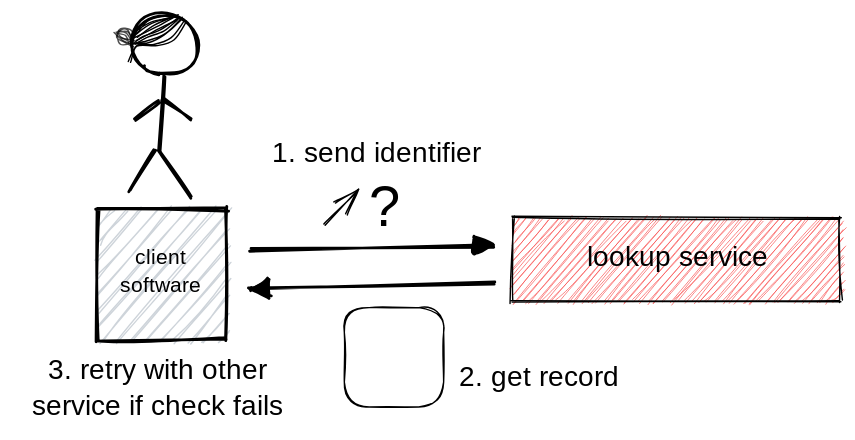
The Excalidraw diagram images/retrieving.svg in tkuhn/knowledge-space, before a commit. Source tidied: one line per element, renumbered; positions are measured from the earlier drawing's top-left corner, leaving out a move shared by most shapes.
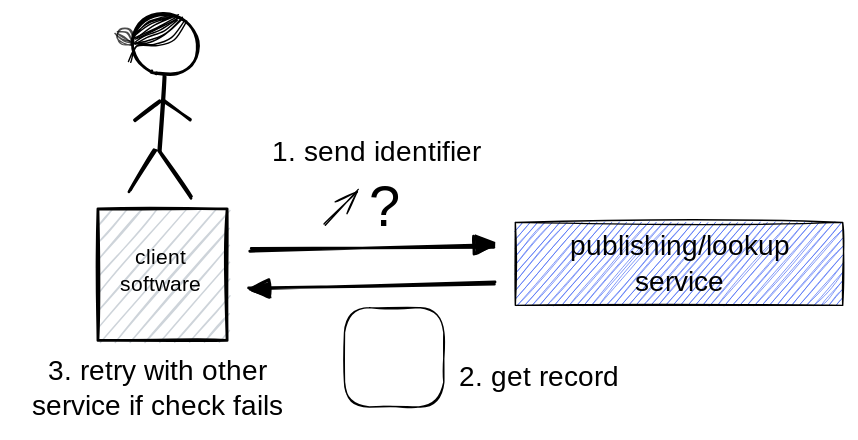
After the commit.

Commit message:
Merge lookup with publishing services

The edit, as a diff of the source:
```diff
@@ -1,29 +1,29 @@
-{"id": 0, "type": "rectangle", "strokeColor": "transparent", "backgroundColor": "#ffffff", "fillStyle": "solid", "strokeWidth": 1, "roughness": 1, "x": 357, "y": 148, "width": 234, "height": 59}
-{"id": 1, "type": "rectangle", "strokeColor": "#000000", "backgroundColor": "#fa5252", "fillStyle": "hachure", "strokeWidth": 1, "roughness": 1, "x": 356, "y": 146, "width": 234, "height": 59}
-{"id": 2, "type": "text", "text": "lookup service", "strokeColor": "#000000", "backgroundColor": "#228be6", "fillStyle": "solid", "strokeWidth": 1, "roughness": 1, "fontSize": 20, "fontFamily": 1, "textAlign": "center", "x": 406, "y": 162, "width": 135, "height": 26}
-{"id": 3, "type": "arrow", "strokeColor": "#000000", "strokeWidth": 2, "roughness": 1, "startArrowhead": "triangle", "from": 4, "to": 1, "x": 168, "y": 196, "width": 175, "height": 5, "points": [[0, 0], [175, -5]]}
+{"id": 3, "type": "arrow", "strokeColor": "#000000", "strokeWidth": 2, "roughness": 1, "startArrowhead": "triangle", "round": true, "from": 4, "to": 30, "x": 168, "y": 196, "width": 175, "height": 5, "points": [[0, 0], [175, -5]]}
 {"id": 4, "type": "rectangle", "strokeColor": "#000000", "backgroundColor": "#ced4da", "fillStyle": "hachure", "strokeWidth": 2, "roughness": 1, "x": 60, "y": 139, "width": 92, "height": 94}
 {"id": 5, "type": "text", "text": "client\nsoftware", "strokeColor": "#000000", "backgroundColor": "#ced4da", "fillStyle": "hachure", "strokeWidth": 2, "roughness": 1, "fontSize": 15.0, "fontFamily": 1, "textAlign": "center", "verticalAlign": "middle", "x": 71, "y": 164, "width": 66, "height": 40}
-{"id": 6, "type": "arrow", "strokeColor": "#000000", "strokeWidth": 2, "roughness": 1, "endArrowhead": "triangle", "from": 4, "to": 1, "x": 169, "y": 168, "width": 174, "height": 2, "points": [[0, 0], [174, -2]]}
+{"id": 6, "type": "arrow", "strokeColor": "#000000", "strokeWidth": 2, "roughness": 1, "endArrowhead": "triangle", "round": true, "from": 4, "to": 30, "x": 169, "y": 168, "width": 174, "height": 2, "points": [[0, 0], [174, -2]]}
 {"id": 7, "type": "text", "text": "?", "strokeColor": "#000000", "backgroundColor": "#12b886", "fillStyle": "hachure", "strokeWidth": 1, "strokeStyle": "dotted", "roughness": 0, "fontSize": 40.0, "fontFamily": 1, "x": 253, "y": 115, "width": 20, "height": 52}
-{"id": 8, "type": "arrow", "strokeColor": "#000000", "strokeWidth": 1, "roughness": 1, "endArrowhead": "arrow", "to": 7, "x": 221, "y": 151, "width": 24, "height": 26, "points": [[0, 0], [24, -26]]}
+{"id": 8, "type": "arrow", "strokeColor": "#000000", "strokeWidth": 1, "roughness": 1, "endArrowhead": "arrow", "round": true, "to": 7, "x": 221, "y": 151, "width": 24, "height": 26, "points": [[0, 0], [24, -26]]}
-{"id": 9, "type": "rectangle", "strokeColor": "#000000", "backgroundColor": "#ffffff", "fillStyle": "solid", "strokeWidth": 1, "roughness": 1, "x": 236, "y": 210, "width": 71, "height": 71}
+{"id": 9, "type": "rectangle", "strokeColor": "#000000", "backgroundColor": "#ffffff", "fillStyle": "solid", "strokeWidth": 1, "roughness": 1, "round": true, "x": 236, "y": 210, "width": 71, "height": 71}
 {"id": 10, "type": "text", "text": "1. send identifier", "strokeColor": "#000000", "strokeWidth": 1, "roughness": 1, "fontSize": 20, "fontFamily": 1, "textAlign": "center", "x": 179, "y": 87, "width": 160, "height": 25}
 {"id": 11, "type": "text", "text": "2. get record", "strokeColor": "#000000", "strokeWidth": 1, "roughness": 1, "fontSize": 20, "fontFamily": 1, "x": 318, "y": 248, "width": 133, "height": 25}
 {"id": 12, "type": "text", "text": "3. retry with other\nservice if check fails", "strokeColor": "#000000", "strokeWidth": 1, "roughness": 1, "fontSize": 20, "fontFamily": 1, "textAlign": "center", "x": 0, "y": 243, "width": 205, "height": 51}
 {"id": 13, "type": "ellipse", "strokeColor": "#000000", "angle": 3.54, "strokeWidth": 2, "roughness": 1, "x": 85, "y": 0, "width": 47, "height": 43}
-{"id": 14, "type": "line", "strokeColor": "#000000", "backgroundColor": "#ced4da", "fillStyle": "solid", "strokeWidth": 2, "roughness": 1, "x": 107, "y": 45, "width": 2, "height": 53, "points": [[0, 0], [-2, 53]]}
+{"id": 14, "type": "line", "strokeColor": "#000000", "backgroundColor": "#ced4da", "fillStyle": "solid", "strokeWidth": 2, "roughness": 1, "round": true, "x": 107, "y": 45, "width": 2, "height": 53, "points": [[0, 0], [-2, 53]]}
-{"id": 15, "type": "line", "strokeColor": "#000000", "backgroundColor": "#ced4da", "fillStyle": "solid", "strokeWidth": 2, "roughness": 1, "x": 105, "y": 98, "width": 21, "height": 32, "points": [[0, 0], [21, 32]]}
+{"id": 15, "type": "line", "strokeColor": "#000000", "backgroundColor": "#ced4da", "fillStyle": "solid", "strokeWidth": 2, "roughness": 1, "round": true, "x": 105, "y": 98, "width": 21, "height": 32, "points": [[0, 0], [21, 32]]}
-{"id": 16, "type": "line", "strokeColor": "#000000", "backgroundColor": "#ced4da", "fillStyle": "solid", "strokeWidth": 2, "roughness": 1, "x": 101, "y": 96, "width": 18, "height": 30, "points": [[0, 0], [-18, 30]]}
+{"id": 16, "type": "line", "strokeColor": "#000000", "backgroundColor": "#ced4da", "fillStyle": "solid", "strokeWidth": 2, "roughness": 1, "round": true, "x": 101, "y": 96, "width": 18, "height": 30, "points": [[0, 0], [-18, 30]]}
-{"id": 17, "type": "line", "strokeColor": "#000000", "backgroundColor": "#ced4da", "fillStyle": "solid", "strokeWidth": 2, "roughness": 1, "x": 86, "y": 76, "width": 19, "height": 14, "points": [[0, 0], [19, -14]]}
+{"id": 17, "type": "line", "strokeColor": "#000000", "backgroundColor": "#ced4da", "fillStyle": "solid", "strokeWidth": 2, "roughness": 1, "round": true, "x": 86, "y": 76, "width": 19, "height": 14, "points": [[0, 0], [19, -14]]}
-{"id": 18, "type": "line", "strokeColor": "#000000", "backgroundColor": "#ced4da", "fillStyle": "solid", "strokeWidth": 2, "roughness": 1, "x": 106, "y": 62, "width": 19, "height": 14, "points": [[0, 0], [19, 14]]}
+{"id": 18, "type": "line", "strokeColor": "#000000", "backgroundColor": "#ced4da", "fillStyle": "solid", "strokeWidth": 2, "roughness": 1, "round": true, "x": 106, "y": 62, "width": 19, "height": 14, "points": [[0, 0], [19, 14]]}
-{"id": 19, "type": "line", "strokeColor": "#000000", "strokeWidth": 1, "roughness": 1, "x": 122, "y": 4, "width": 39, "height": 29, "points": [[0, 0], [-8, 13], [-21, 19], [-33, 19], [-39, 29]]}
+{"id": 19, "type": "line", "strokeColor": "#000000", "strokeWidth": 1, "roughness": 1, "round": true, "x": 122, "y": 4, "width": 39, "height": 29, "points": [[0, 0], [-8, 13], [-21, 19], [-33, 19], [-39, 29]]}
-{"id": 20, "type": "line", "strokeColor": "#000000", "strokeWidth": 1, "roughness": 1, "x": 119, "y": 3, "width": 34, "height": 19, "points": [[0, 0], [-11, 11], [-24, 17], [-34, 19]]}
+{"id": 20, "type": "line", "strokeColor": "#000000", "strokeWidth": 1, "roughness": 1, "round": true, "x": 119, "y": 3, "width": 34, "height": 19, "points": [[0, 0], [-11, 11], [-24, 17], [-34, 19]]}
-{"id": 21, "type": "line", "strokeColor": "#000000", "strokeWidth": 1, "roughness": 1, "x": 117, "y": 1, "width": 30, "height": 15, "points": [[0, 0], [-18, 6], [-30, 15]]}
+{"id": 21, "type": "line", "strokeColor": "#000000", "strokeWidth": 1, "roughness": 1, "round": true, "x": 117, "y": 1, "width": 30, "height": 15, "points": [[0, 0], [-18, 6], [-30, 15]]}
-{"id": 22, "type": "line", "strokeColor": "#000000", "strokeWidth": 1, "roughness": 1, "x": 118, "y": 3, "width": 32, "height": 16, "points": [[0, 0], [-12, 9], [-25, 14], [-32, 16]]}
+{"id": 22, "type": "line", "strokeColor": "#000000", "strokeWidth": 1, "roughness": 1, "round": true, "x": 118, "y": 3, "width": 32, "height": 16, "points": [[0, 0], [-12, 9], [-25, 14], [-32, 16]]}
-{"id": 23, "type": "line", "strokeColor": "#000000", "strokeWidth": 1, "roughness": 1, "x": 117, "y": 2, "width": 31, "height": 15, "points": [[0, 0], [-15, 8], [-31, 15]]}
+{"id": 23, "type": "line", "strokeColor": "#000000", "strokeWidth": 1, "roughness": 1, "round": true, "x": 117, "y": 2, "width": 31, "height": 15, "points": [[0, 0], [-15, 8], [-31, 15]]}
-{"id": 24, "type": "line", "strokeColor": "#000000", "strokeWidth": 1, "roughness": 1, "x": 114, "y": 1, "width": 26, "height": 13, "points": [[0, 0], [-17, 5], [-26, 13]]}
+{"id": 24, "type": "line", "strokeColor": "#000000", "strokeWidth": 1, "roughness": 1, "round": true, "x": 114, "y": 1, "width": 26, "height": 13, "points": [[0, 0], [-17, 5], [-26, 13]]}
-{"id": 25, "type": "line", "strokeColor": "#000000", "strokeWidth": 1, "roughness": 1, "opacity": 70, "x": 84, "y": 22, "width": 13, "height": 11, "points": [[0, 0], [-7, -1], [-11, -5], [-9, -11], [-2, -11], [2, -5]]}
+{"id": 25, "type": "line", "strokeColor": "#000000", "strokeWidth": 1, "roughness": 1, "opacity": 70, "round": true, "x": 84, "y": 22, "width": 13, "height": 11, "points": [[0, 0], [-7, -1], [-11, -5], [-9, -11], [-2, -11], [2, -5]]}
-{"id": 26, "type": "line", "strokeColor": "#000000", "strokeWidth": 1, "roughness": 1, "opacity": 70, "x": 72, "y": 14, "width": 12, "height": 6, "points": [[0, 0], [5, 5], [12, 6]]}
+{"id": 26, "type": "line", "strokeColor": "#000000", "strokeWidth": 1, "roughness": 1, "opacity": 70, "round": true, "x": 72, "y": 14, "width": 12, "height": 6, "points": [[0, 0], [5, 5], [12, 6]]}
-{"id": 27, "type": "line", "strokeColor": "#000000", "strokeWidth": 1, "roughness": 1, "opacity": 70, "x": 74, "y": 12, "width": 10, "height": 6, "points": [[0, 0], [7, 1], [10, 6]]}
+{"id": 27, "type": "line", "strokeColor": "#000000", "strokeWidth": 1, "roughness": 1, "opacity": 70, "round": true, "x": 74, "y": 12, "width": 10, "height": 6, "points": [[0, 0], [7, 1], [10, 6]]}
-{"id": 28, "type": "line", "strokeColor": "#000000", "strokeWidth": 1, "roughness": 1, "opacity": 70, "x": 74, "y": 14, "width": 10, "height": 6, "points": [[0, 0], [4, 3], [10, 6]]}
+{"id": 28, "type": "line", "strokeColor": "#000000", "strokeWidth": 1, "roughness": 1, "opacity": 70, "round": true, "x": 74, "y": 14, "width": 10, "height": 6, "points": [[0, 0], [4, 3], [10, 6]]}
+{"id": 29, "type": "rectangle", "strokeColor": "transparent", "backgroundColor": "#ffffff", "fillStyle": "solid", "strokeWidth": 1, "roughness": 1, "x": 359, "y": 151, "width": 234, "height": 59}
+{"id": 30, "type": "rectangle", "strokeColor": "#000000", "backgroundColor": "#4c6ef5", "fillStyle": "hachure", "strokeWidth": 1, "roughness": 1, "x": 358, "y": 149, "width": 234, "height": 59}
+{"id": 31, "type": "text", "text": "publishing/lookup\nservice", "strokeColor": "#000000", "backgroundColor": "#228be6", "fillStyle": "solid", "strokeWidth": 1, "roughness": 1, "fontSize": 20, "fontFamily": 1, "textAlign": "center", "x": 399, "y": 154, "width": 154, "height": 52}
```
